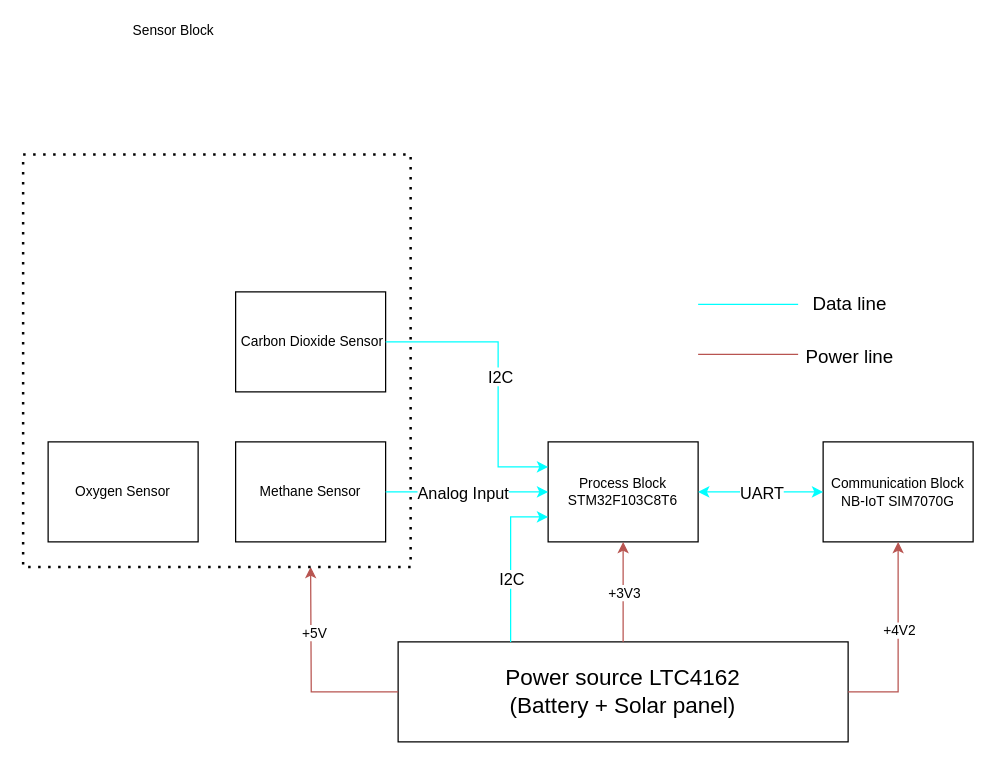
K2ayzz/ForDrawIO keeps this draw.io diagram as Project_overall.drawio. Above is the earlier version. Source tidied: cells renumbered, new cells numbered last; positions are measured from the earlier drawing's top-left corner, leaving out a move shared by most shapes. Both pictures are drawn from the tidied source at 125%, with x=0, y=0 at pixel (22, 154).
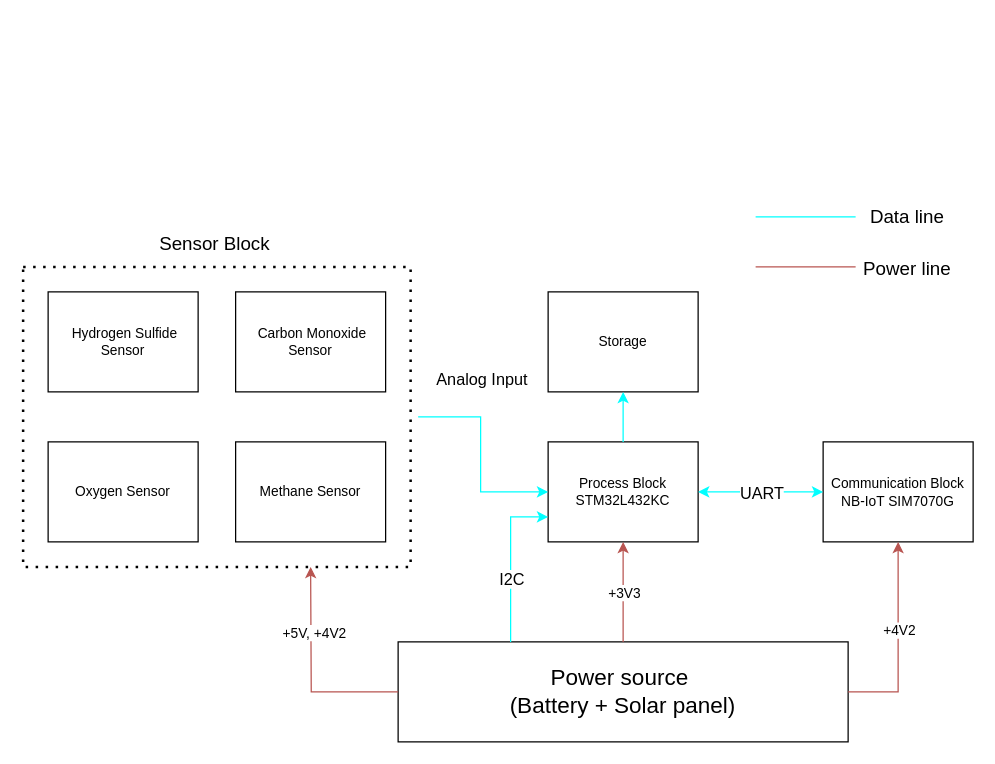
The same page after the edit.

Commit message:
Cập nhật Project_overall.drawio

The change refers to these unchanged cells:
```xml
<mxCell id="3" style="edgeStyle=orthogonalEdgeStyle;rounded=0;jettySize=auto;html=1;exitX=0;exitY=0.5;exitDx=0;exitDy=0;fillColor=#f8cecc;gradientColor=#ea6b66;strokeColor=#b85450;" parent="1" edge="1" source="2">
  <mxGeometry relative="1" as="geometry">
    <mxPoint x="230" y="330" as="targetPoint" />
  </mxGeometry>
</mxCell>
<mxCell id="5" value="&lt;font style=&quot;font-size: 11px;&quot;&gt;Methane Sensor&lt;/font&gt;" style="whiteSpace=wrap;html=1;rounded=0;fontSize=11;" parent="1" vertex="1">
  <mxGeometry x="170" y="230" width="120" height="80" as="geometry" />
</mxCell>
```

Change to the diagram source:
```diff
@@
-    <mxCell id="2" value="&lt;font style=&quot;font-size: 18px;&quot;&gt;Power source LTC4162&lt;/font&gt;&lt;div&gt;&lt;font style=&quot;font-size: 18px;&quot;&gt;(Battery + Solar panel)&lt;/font&gt;&lt;/div&gt;" style="rounded=0;whiteSpace=wrap;html=1;" parent="1" vertex="1">
+    <mxCell id="2" value="&lt;font style=&quot;font-size: 18px;&quot;&gt;Power source&amp;nbsp;&lt;/font&gt;&lt;div&gt;&lt;font style=&quot;font-size: 18px;&quot;&gt;(Battery + Solar panel)&lt;/font&gt;&lt;/div&gt;" style="rounded=0;whiteSpace=wrap;html=1;" parent="1" vertex="1">
       <mxGeometry x="300" y="390" width="360" height="80" as="geometry" />
     </mxCell>
@@
-    <mxCell id="4" value="+5V" style="edgeLabel;html=1;align=center;verticalAlign=middle;" parent="3" vertex="1">
+    <mxCell id="4" value="+5V, +4V2" style="edgeLabel;html=1;align=center;verticalAlign=middle;" parent="3" vertex="1">
       <mxGeometry x="0.38" y="-2" relative="1" as="geometry" />
     </mxCell>
@@
-    <mxCell id="6" value="&lt;span style=&quot;font-size: 11px;&quot;&gt;Process Block&lt;br style=&quot;font-size: 11px;&quot;&gt;STM32F103C8T6&lt;br style=&quot;font-size: 11px;&quot;&gt;&lt;/span&gt;" style="whiteSpace=wrap;html=1;rounded=0;fontSize=11;" parent="1" vertex="1">
+    <mxCell id="6" value="Process Block&lt;br style=&quot;font-size: 11px;&quot;&gt;STM32L432KC" style="whiteSpace=wrap;html=1;rounded=0;fontSize=11;" parent="1" vertex="1">
       <mxGeometry x="420" y="230" width="120" height="80" as="geometry" />
     </mxCell>
@@
-    <mxCell id="12" style="endArrow=classic;html=1;rounded=0;exitX=1;exitY=0.5;exitDx=0;exitDy=0;entryX=0;entryY=0.5;entryDx=0;entryDy=0;fillColor=#dae8fc;gradientColor=#7ea6e0;strokeColor=#00FFFF;" parent="1" edge="1" source="5" target="6">
-      <mxGeometry relative="1" as="geometry" />
+    <mxCell id="12" style="endArrow=classic;html=1;rounded=0;entryX=0;entryY=0.5;entryDx=0;entryDy=0;fillColor=#dae8fc;gradientColor=#7ea6e0;strokeColor=#00FFFF;" parent="1" edge="1" target="6">
+      <mxGeometry relative="1" as="geometry">
+        <mxPoint x="316" y="210" as="sourcePoint" />
+        <Array as="points">
+          <mxPoint x="366" y="210" />
+          <mxPoint x="366" y="270" />
+        </Array>
+      </mxGeometry>
     </mxCell>
     <mxCell id="13" value="&lt;font style=&quot;font-size: 13px;&quot;&gt;Analog Input&lt;/font&gt;" style="edgeLabel;html=1;align=center;verticalAlign=middle;fontColor=#000000;fontSize=9;" parent="12" vertex="1">
       <mxGeometry x="-0.3" y="3" relative="1" as="geometry">
-        <mxPoint x="15" y="3" as="offset" />
+        <mxPoint x="-3" y="-38" as="offset" />
       </mxGeometry>
     </mxCell>
@@
     <mxCell id="16" style="endArrow=none;html=1;rounded=0;strokeColor=#00FFFF;" parent="1" edge="1">
       <mxGeometry relative="1" as="geometry">
-        <mxPoint x="540" y="120" as="sourcePoint" />
-        <mxPoint x="620" y="120" as="targetPoint" />
+        <mxPoint x="586" y="50" as="sourcePoint" />
+        <mxPoint x="666" y="50" as="targetPoint" />
       </mxGeometry>
     </mxCell>
@@
     <mxCell id="18" style="endArrow=none;html=1;rounded=0;fillColor=#f8cecc;gradientColor=#ea6b66;strokeColor=#b85450;" parent="1" edge="1">
       <mxGeometry relative="1" as="geometry">
-        <mxPoint x="540" y="160" as="sourcePoint" />
-        <mxPoint x="620" y="160" as="targetPoint" />
+        <mxPoint x="586" y="90" as="sourcePoint" />
+        <mxPoint x="666" y="90" as="targetPoint" />
       </mxGeometry>
     </mxCell>
@@
-    <mxCell id="20" value="&lt;font style=&quot;font-size: 11px;&quot;&gt;&amp;nbsp;Carbon Dioxide Sensor&lt;/font&gt;" style="whiteSpace=wrap;html=1;rounded=0;fontSize=11;" parent="1" vertex="1">
+    <mxCell id="20" value="&lt;font style=&quot;font-size: 11px;&quot;&gt;&amp;nbsp;Carbon Monoxide Sensor&lt;/font&gt;" style="whiteSpace=wrap;html=1;rounded=0;fontSize=11;" parent="1" vertex="1">
       <mxGeometry x="170" y="110" width="120" height="80" as="geometry" />
     </mxCell>
     <mxCell id="21" style="endArrow=none;dashed=1;html=1;dashPattern=1 3;strokeWidth=2;rounded=0;" parent="1" edge="1">
       <mxGeometry relative="1" as="geometry">
-        <mxPoint as="sourcePoint" />
-        <mxPoint as="targetPoint" />
+        <mxPoint y="90" as="sourcePoint" />
+        <mxPoint y="90" as="targetPoint" />
         <Array as="points">
-          <mxPoint x="310" />
           <mxPoint x="310" y="90" />
           <mxPoint x="310" y="330" />
           <mxPoint y="330" />
         </Array>
       </mxGeometry>
     </mxCell>
-    <mxCell id="22" value="Sensor Block" style="edgeLabel;html=1;align=center;verticalAlign=middle;" parent="21" vertex="1">
+    <mxCell id="22" value="&lt;font style=&quot;font-size: 15px;&quot;&gt;Sensor Block&lt;/font&gt;" style="edgeLabel;html=1;align=center;verticalAlign=middle;" parent="21" vertex="1">
       <mxGeometry x="-0.84" y="-1" relative="1" as="geometry">
-        <mxPoint x="17" y="-101" as="offset" />
+        <mxPoint x="64" y="-21" as="offset" />
       </mxGeometry>
     </mxCell>
-    <mxCell id="23" style="endArrow=classic;html=1;rounded=0;exitX=1;exitY=0.5;exitDx=0;exitDy=0;entryX=0;entryY=0.25;entryDx=0;entryDy=0;fillColor=#dae8fc;gradientColor=#7ea6e0;strokeColor=#00FFFF;" parent="1" edge="1" source="20" target="6">
-      <mxGeometry relative="1" as="geometry">
-        <Array as="points">
-          <mxPoint x="380" y="150" />
-          <mxPoint x="380" y="250" />
-        </Array>
-      </mxGeometry>
-    </mxCell>
-    <mxCell id="24" value="&lt;font style=&quot;font-size: 13px;&quot;&gt;I2C&lt;/font&gt;" style="edgeLabel;html=1;align=center;verticalAlign=middle;fontColor=#000000;fontSize=9;" parent="23" vertex="1">
-      <mxGeometry x="-0.3" y="3" relative="1" as="geometry">
-        <mxPoint x="10" y="30" as="offset" />
-      </mxGeometry>
-    </mxCell>
@@
+    <mxCell id="28" value="&lt;font style=&quot;font-size: 11px;&quot;&gt;&amp;nbsp;Hydrogen Sulfide Sensor&lt;/font&gt;" style="whiteSpace=wrap;html=1;rounded=0;fontSize=11;" parent="1" vertex="1">
+      <mxGeometry x="20" y="110" width="120" height="80" as="geometry" />
+    </mxCell>
+    <mxCell id="29" value="&lt;font style=&quot;font-size: 11px;&quot;&gt;Storage&lt;/font&gt;" style="whiteSpace=wrap;html=1;rounded=0;fontSize=11;" parent="1" vertex="1">
+      <mxGeometry x="420" y="110" width="120" height="80" as="geometry" />
+    </mxCell>
+    <mxCell id="30" style="endArrow=classic;html=1;rounded=0;exitX=0.5;exitY=0;exitDx=0;exitDy=0;fillColor=#dae8fc;gradientColor=#7ea6e0;strokeColor=#00FFFF;entryX=0.5;entryY=1;entryDx=0;entryDy=0;" parent="1" edge="1" source="6" target="29">
+      <mxGeometry relative="1" as="geometry" />
+    </mxCell>
```
